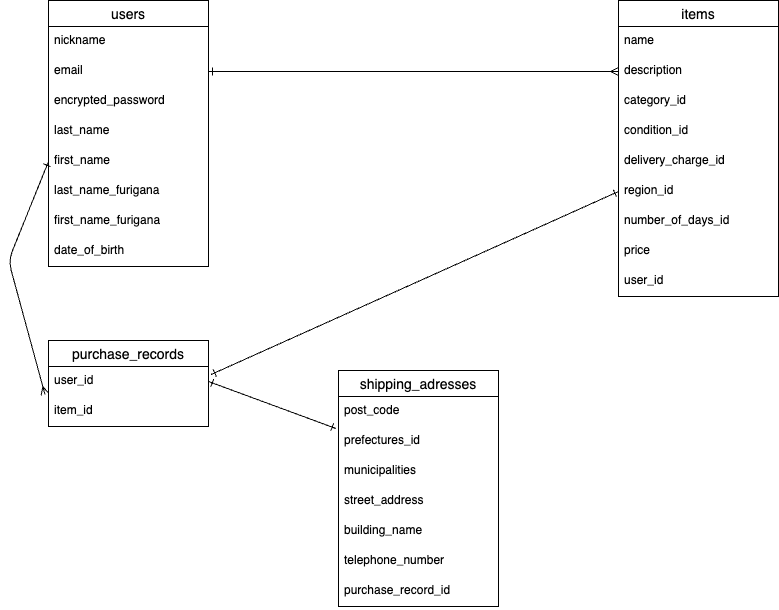
Earlier version of the draw.io export furima-40011.drawio.png (Inoue0422/furima-40011). Source tidied: cells renumbered, new cells last; positions are measured from the earlier drawing's top-left corner, leaving out a move shared by most shapes.
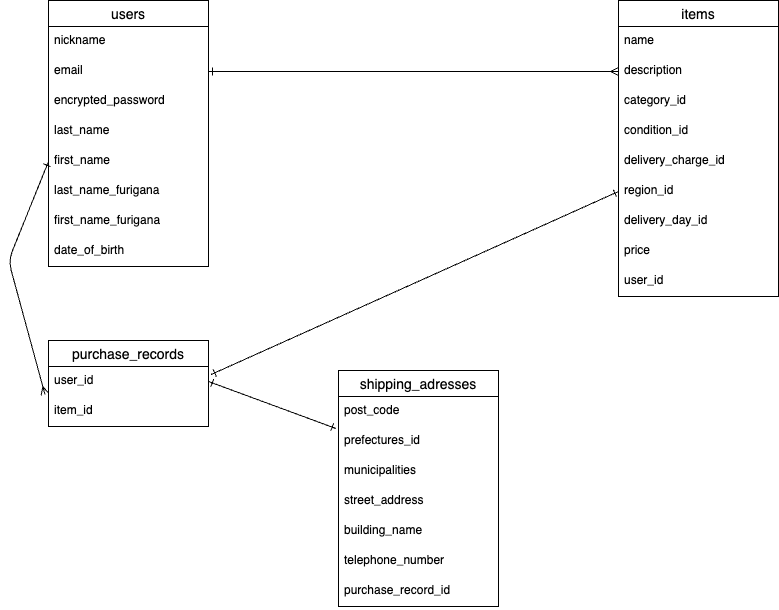
After the change.

Commit message:
データベース設計修正2

What changed in the source:
```diff
@@ -50,7 +50,7 @@
     <mxCell id="17" value="region_id" style="text;strokeColor=none;fillColor=none;spacingLeft=4;spacingRight=4;overflow=hidden;points=[[0,0.5],[1,0.5]];portConstraint=eastwest;fontSize=12;dashed=1;" parent="11" vertex="1">
       <mxGeometry y="176" width="160" height="30" as="geometry" />
     </mxCell>
-    <mxCell id="18" value="number_of_days_id" style="text;strokeColor=none;fillColor=none;spacingLeft=4;spacingRight=4;overflow=hidden;fontSize=12;dashed=1;" parent="11" vertex="1">
+    <mxCell id="18" value="delivery_day_id" style="text;strokeColor=none;fillColor=none;spacingLeft=4;spacingRight=4;overflow=hidden;fontSize=12;dashed=1;" parent="11" vertex="1">
       <mxGeometry y="206" width="160" height="30" as="geometry" />
     </mxCell>
     <mxCell id="19" value="price" style="text;strokeColor=none;fillColor=none;spacingLeft=4;spacingRight=4;overflow=hidden;fontSize=12;dashed=1;" parent="11" vertex="1">
```
